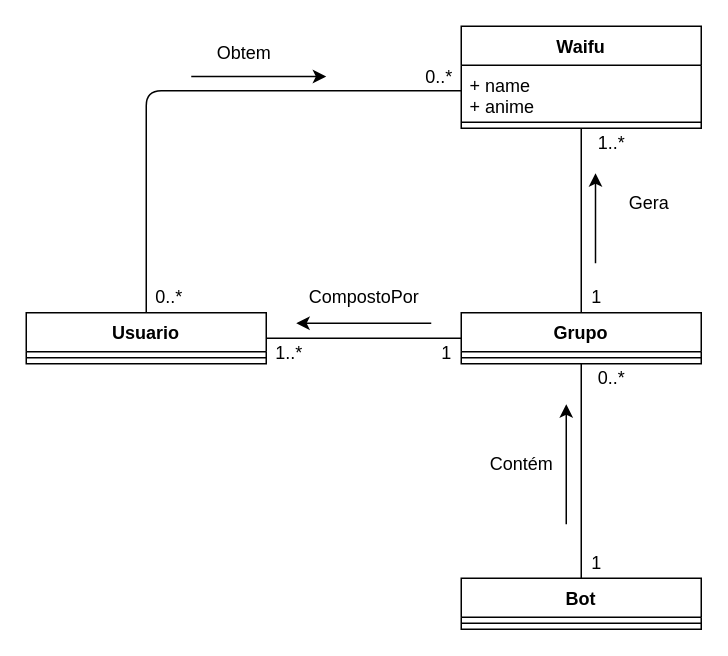
Above: ES/img2_3.drawio in JoseLooLo/Waifu_Bot (draw.io), before the change. Source tidied: cells renumbered, new cells numbered last; positions are measured from the earlier drawing's top-left corner, leaving out a move shared by most shapes. Both pictures are drawn from the tidied source at 150%, with x=0, y=0 at pixel (26, 26).
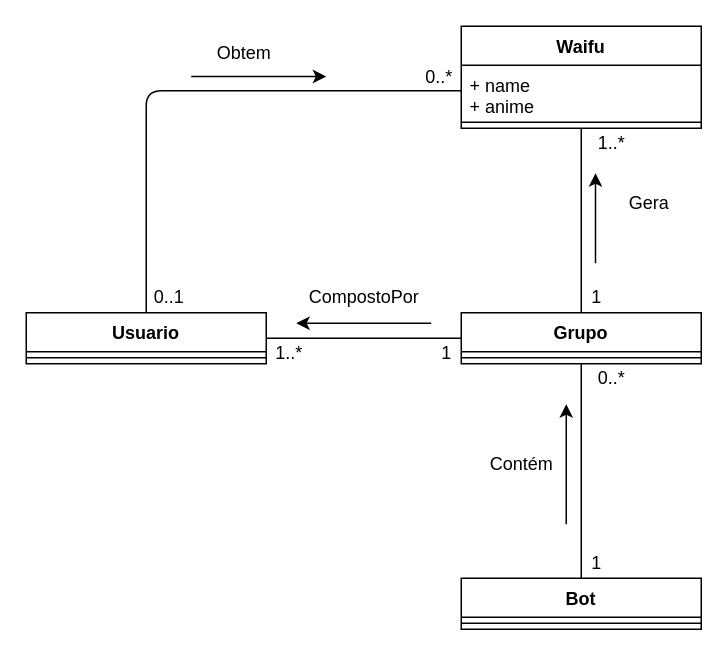
The same diagram, later.

What changed in the source:
```diff
@@
-    <mxCell id="27" value="&lt;div&gt;0..*&lt;br&gt;&lt;/div&gt;" style="text;html=1;align=center;verticalAlign=middle;" parent="1" vertex="1">
-      <mxGeometry x="80" y="171" width="30" height="20" as="geometry" />
+    <mxCell id="27" value="&lt;div&gt;0..1&lt;/div&gt;" style="text;html=1;align=center;verticalAlign=middle;" parent="1" vertex="1">
+      <mxGeometry x="75" y="171" width="40" height="20" as="geometry" />
     </mxCell>
```
